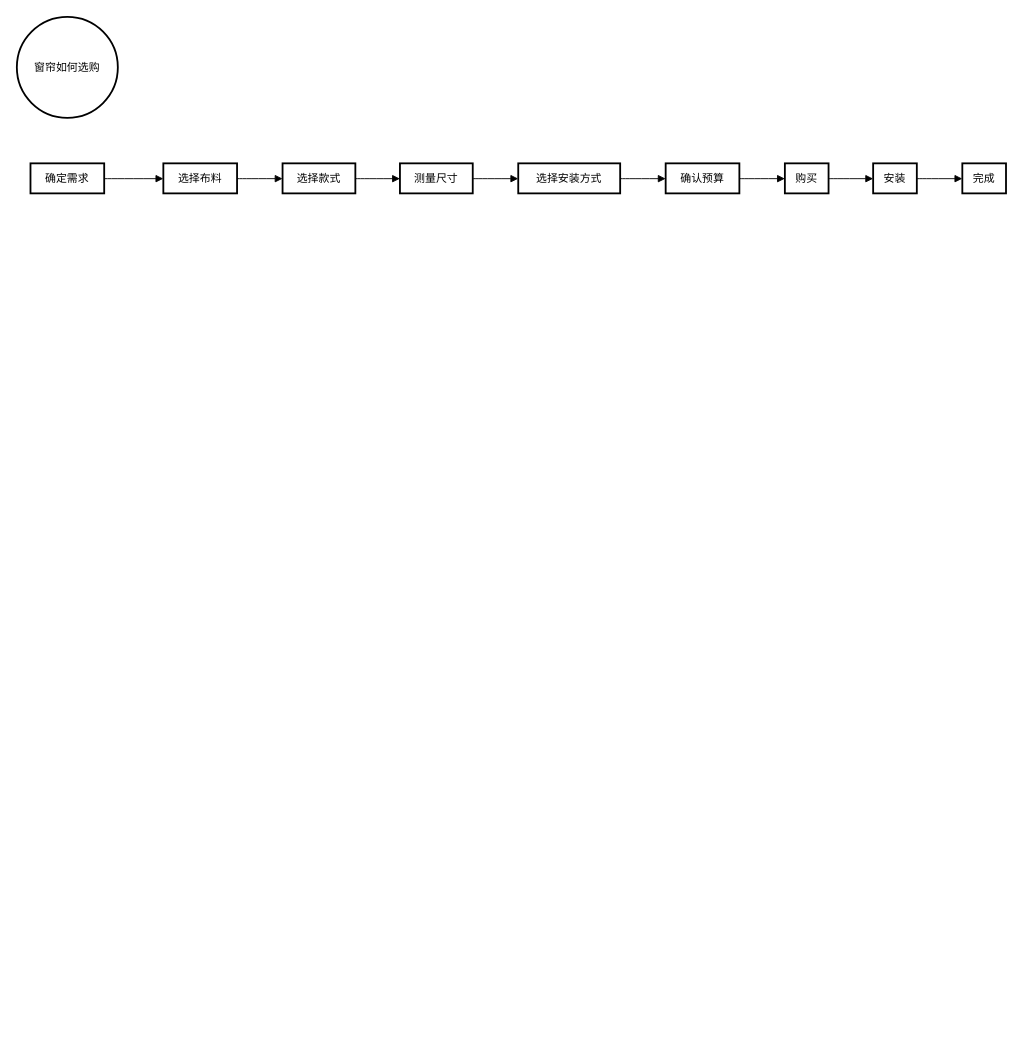
Above: 未命名绘图.drawio in liuminjit/home (draw.io), before the change. Source tidied: cells renumbered, new cells numbered last; positions are measured from the earlier drawing's top-left corner, leaving out a move shared by most shapes. Both pictures are drawn from the tidied source at 91%, with x=0, y=0 at pixel (16, 16).
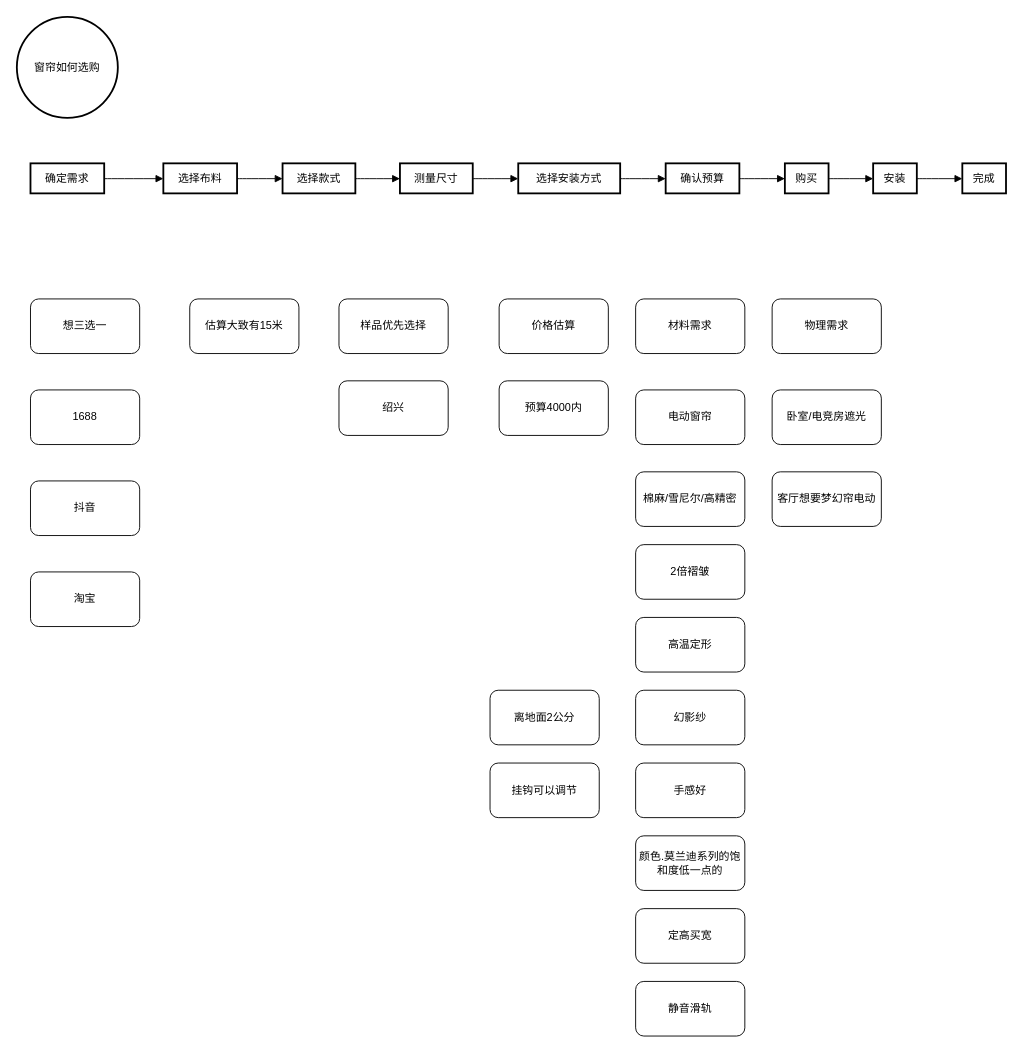
The same diagram, later.

Commit message:
更新未命名绘图.drawio

Change to the diagram source:
```diff
@@
+    <mxCell id="20" value="&lt;div&gt;&lt;span style=&quot;background-color: initial;&quot;&gt;想三选一&lt;/span&gt;&lt;br&gt;&lt;/div&gt;" style="rounded=1;whiteSpace=wrap;html=1;" parent="1" vertex="1">
+      <mxGeometry x="15" y="310" width="120" height="60" as="geometry" />
+    </mxCell>
+    <mxCell id="21" value="估算大致有15米" style="rounded=1;whiteSpace=wrap;html=1;" parent="1" vertex="1">
+      <mxGeometry x="190" y="310" width="120" height="60" as="geometry" />
+    </mxCell>
+    <mxCell id="22" value="样品优先选择" style="rounded=1;whiteSpace=wrap;html=1;" parent="1" vertex="1">
+      <mxGeometry x="354" y="310" width="120" height="60" as="geometry" />
+    </mxCell>
+    <mxCell id="23" value="价格估算" style="rounded=1;whiteSpace=wrap;html=1;" parent="1" vertex="1">
+      <mxGeometry x="530" y="310" width="120" height="60" as="geometry" />
+    </mxCell>
+    <mxCell id="24" value="预算4000内" style="rounded=1;whiteSpace=wrap;html=1;" parent="1" vertex="1">
+      <mxGeometry x="530" y="400" width="120" height="60" as="geometry" />
+    </mxCell>
+    <mxCell id="25" value="电动窗帘" style="rounded=1;whiteSpace=wrap;html=1;" parent="1" vertex="1">
+      <mxGeometry x="680" y="410" width="120" height="60" as="geometry" />
+    </mxCell>
+    <mxCell id="26" value="材料需求" style="rounded=1;whiteSpace=wrap;html=1;" parent="1" vertex="1">
+      <mxGeometry x="680" y="310" width="120" height="60" as="geometry" />
+    </mxCell>
+    <mxCell id="27" value="棉麻/雪尼尔/高精密" style="rounded=1;whiteSpace=wrap;html=1;" parent="1" vertex="1">
+      <mxGeometry x="680" y="500" width="120" height="60" as="geometry" />
+    </mxCell>
+    <mxCell id="28" value="2倍褶皱" style="rounded=1;whiteSpace=wrap;html=1;" parent="1" vertex="1">
+      <mxGeometry x="680" y="580" width="120" height="60" as="geometry" />
+    </mxCell>
+    <mxCell id="29" value="1688" style="rounded=1;whiteSpace=wrap;html=1;" parent="1" vertex="1">
+      <mxGeometry x="15" y="410" width="120" height="60" as="geometry" />
+    </mxCell>
+    <mxCell id="30" value="高温定形" style="rounded=1;whiteSpace=wrap;html=1;" parent="1" vertex="1">
+      <mxGeometry x="680" y="660" width="120" height="60" as="geometry" />
+    </mxCell>
+    <mxCell id="31" value="幻影纱" style="rounded=1;whiteSpace=wrap;html=1;" parent="1" vertex="1">
+      <mxGeometry x="680" y="740" width="120" height="60" as="geometry" />
+    </mxCell>
+    <mxCell id="32" value="物理需求" style="rounded=1;whiteSpace=wrap;html=1;" parent="1" vertex="1">
+      <mxGeometry x="830" y="310" width="120" height="60" as="geometry" />
+    </mxCell>
+    <mxCell id="33" value="卧室/电竞房遮光" style="rounded=1;whiteSpace=wrap;html=1;" parent="1" vertex="1">
+      <mxGeometry x="830" y="410" width="120" height="60" as="geometry" />
+    </mxCell>
+    <mxCell id="34" value="客厅想要梦幻帘电动" style="rounded=1;whiteSpace=wrap;html=1;" parent="1" vertex="1">
+      <mxGeometry x="830" y="500" width="120" height="60" as="geometry" />
+    </mxCell>
+    <mxCell id="35" value="手感好" style="rounded=1;whiteSpace=wrap;html=1;" parent="1" vertex="1">
+      <mxGeometry x="680" y="820" width="120" height="60" as="geometry" />
+    </mxCell>
+    <mxCell id="36" value="颜色.莫兰迪系列的饱和度低一点的" style="rounded=1;whiteSpace=wrap;html=1;" parent="1" vertex="1">
+      <mxGeometry x="680" y="900" width="120" height="60" as="geometry" />
+    </mxCell>
+    <mxCell id="37" value="定高买宽" style="rounded=1;whiteSpace=wrap;html=1;" parent="1" vertex="1">
+      <mxGeometry x="680" y="980" width="120" height="60" as="geometry" />
+    </mxCell>
+    <mxCell id="38" value="静音滑轨" style="rounded=1;whiteSpace=wrap;html=1;" parent="1" vertex="1">
+      <mxGeometry x="680" y="1060" width="120" height="60" as="geometry" />
+    </mxCell>
+    <mxCell id="39" value="离地面2公分" style="rounded=1;whiteSpace=wrap;html=1;" parent="1" vertex="1">
+      <mxGeometry x="520" y="740" width="120" height="60" as="geometry" />
+    </mxCell>
+    <mxCell id="40" value="挂钩可以调节" style="rounded=1;whiteSpace=wrap;html=1;" parent="1" vertex="1">
+      <mxGeometry x="520" y="820" width="120" height="60" as="geometry" />
+    </mxCell>
+    <mxCell id="41" value="绍兴" style="rounded=1;whiteSpace=wrap;html=1;" parent="1" vertex="1">
+      <mxGeometry x="354" y="400" width="120" height="60" as="geometry" />
+    </mxCell>
+    <mxCell id="42" value="抖音" style="rounded=1;whiteSpace=wrap;html=1;" parent="1" vertex="1">
+      <mxGeometry x="15" y="510" width="120" height="60" as="geometry" />
+    </mxCell>
+    <mxCell id="43" value="淘宝" style="rounded=1;whiteSpace=wrap;html=1;" parent="1" vertex="1">
+      <mxGeometry x="15" y="610" width="120" height="60" as="geometry" />
+    </mxCell>
```
